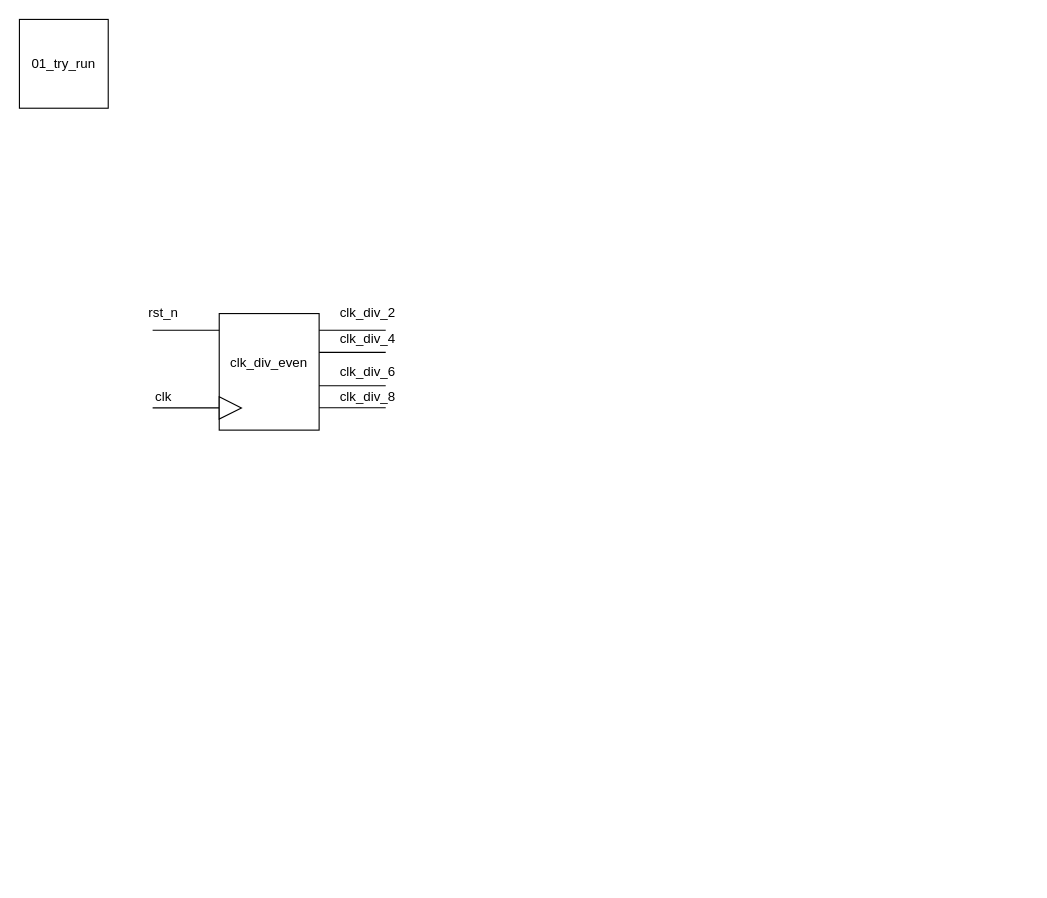
Above: abp.drawio in let1s77/Systemverilog-Fundamential (draw.io), before the change. Source tidied: cells renumbered, new cells numbered last; positions are measured from the earlier drawing's top-left corner, leaving out a move shared by most shapes. Both pictures are drawn from the tidied source at 111%, with x=0, y=0 at pixel (19, 19).
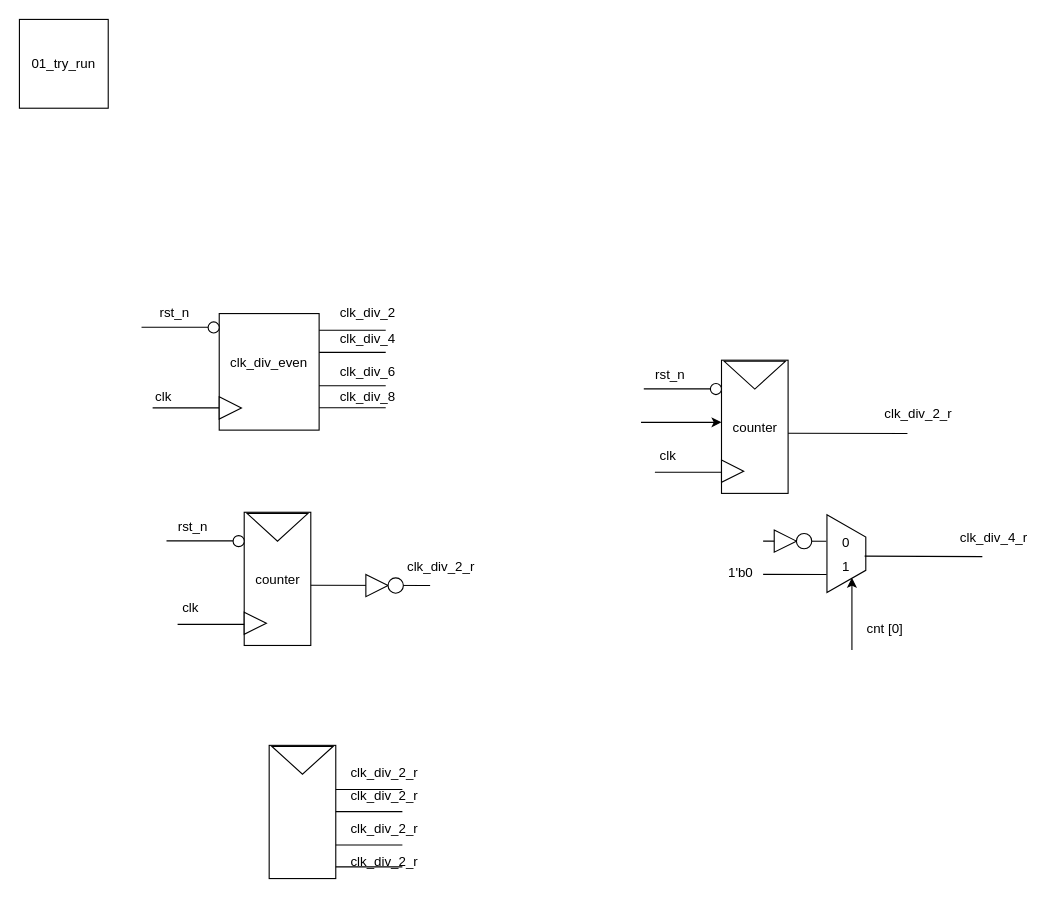
After the change.

What changed in the source:
```diff
@@
     <mxCell id="5" style="endArrow=none;html=1;rounded=0;" parent="1" edge="1">
       <mxGeometry relative="1" as="geometry">
-        <mxPoint x="120" y="280" as="sourcePoint" />
-        <mxPoint x="180" y="280" as="targetPoint" />
+        <mxPoint x="110" y="277.3" as="sourcePoint" />
+        <mxPoint x="170" y="277.3" as="targetPoint" />
       </mxGeometry>
     </mxCell>
@@
     <mxCell id="9" value="rst_n" style="text;html=1;whiteSpace=wrap;strokeColor=none;fillColor=none;align=center;verticalAlign=middle;rounded=0;" parent="1" vertex="1">
-      <mxGeometry x="100" y="250" width="60" height="30" as="geometry" />
+      <mxGeometry x="110" y="250" width="60" height="30" as="geometry" />
     </mxCell>
@@
+    <mxCell id="19" style="rounded=0;whiteSpace=wrap;html=1;rotation=-90;" parent="1" vertex="1">
+      <mxGeometry x="172.5" y="474" width="120" height="60" as="geometry" />
+    </mxCell>
+    <mxCell id="20" style="ellipse;whiteSpace=wrap;html=1;" parent="1" vertex="1">
+      <mxGeometry x="170" y="272.5" width="10" height="10" as="geometry" />
+    </mxCell>
+    <mxCell id="21" style="triangle;whiteSpace=wrap;html=1;rotation=90;" parent="1" vertex="1">
+      <mxGeometry x="220" y="430" width="25" height="55" as="geometry" />
+    </mxCell>
+    <mxCell id="22" style="rounded=0;whiteSpace=wrap;html=1;rotation=-90;" parent="1" vertex="1">
+      <mxGeometry x="195" y="684" width="120" height="60" as="geometry" />
+    </mxCell>
+    <mxCell id="23" style="triangle;whiteSpace=wrap;html=1;rotation=90;" parent="1" vertex="1">
+      <mxGeometry x="242.5" y="640" width="25" height="55" as="geometry" />
+    </mxCell>
+    <mxCell id="24" style="endArrow=none;html=1;rounded=0;" parent="1" edge="1">
+      <mxGeometry relative="1" as="geometry">
+        <mxPoint x="285" y="693.7" as="sourcePoint" />
+        <mxPoint x="345" y="693.7" as="targetPoint" />
+      </mxGeometry>
+    </mxCell>
+    <mxCell id="25" style="endArrow=none;html=1;rounded=0;" parent="1" edge="1">
+      <mxGeometry relative="1" as="geometry">
+        <mxPoint x="285" y="713.7" as="sourcePoint" />
+        <mxPoint x="345" y="713.7" as="targetPoint" />
+      </mxGeometry>
+    </mxCell>
+    <mxCell id="26" style="endArrow=none;html=1;rounded=0;" parent="1" edge="1">
+      <mxGeometry relative="1" as="geometry">
+        <mxPoint x="285" y="743.7" as="sourcePoint" />
+        <mxPoint x="345" y="743.7" as="targetPoint" />
+      </mxGeometry>
+    </mxCell>
+    <mxCell id="27" style="endArrow=none;html=1;rounded=0;" parent="1" edge="1">
+      <mxGeometry relative="1" as="geometry">
+        <mxPoint x="285" y="763.5" as="sourcePoint" />
+        <mxPoint x="345" y="763.5" as="targetPoint" />
+      </mxGeometry>
+    </mxCell>
+    <mxCell id="28" value="clk_div_2_r" style="text;html=1;whiteSpace=wrap;strokeColor=none;fillColor=none;align=center;verticalAlign=middle;rounded=0;" parent="1" vertex="1">
+      <mxGeometry x="299" y="663.7" width="60" height="30" as="geometry" />
+    </mxCell>
+    <mxCell id="29" value="clk_div_2_r" style="text;html=1;whiteSpace=wrap;strokeColor=none;fillColor=none;align=center;verticalAlign=middle;rounded=0;" parent="1" vertex="1">
+      <mxGeometry x="299" y="685" width="60" height="30" as="geometry" />
+    </mxCell>
+    <mxCell id="30" value="clk_div_2_r" style="text;html=1;whiteSpace=wrap;strokeColor=none;fillColor=none;align=center;verticalAlign=middle;rounded=0;" parent="1" vertex="1">
+      <mxGeometry x="299" y="714" width="60" height="30" as="geometry" />
+    </mxCell>
+    <mxCell id="31" value="clk_div_2_r" style="text;html=1;whiteSpace=wrap;strokeColor=none;fillColor=none;align=center;verticalAlign=middle;rounded=0;" parent="1" vertex="1">
+      <mxGeometry x="299" y="744" width="60" height="30" as="geometry" />
+    </mxCell>
+    <mxCell id="32" value="counter" style="text;html=1;whiteSpace=wrap;strokeColor=none;fillColor=none;align=center;verticalAlign=middle;rounded=0;" parent="1" vertex="1">
+      <mxGeometry x="202.5" y="490" width="60" height="30" as="geometry" />
+    </mxCell>
+    <mxCell id="33" style="triangle;whiteSpace=wrap;html=1;" parent="1" vertex="1">
+      <mxGeometry x="202.5" y="534" width="20" height="20" as="geometry" />
+    </mxCell>
+    <mxCell id="34" style="endArrow=none;html=1;rounded=0;" parent="1" edge="1">
+      <mxGeometry relative="1" as="geometry">
+        <mxPoint x="132.5" y="469.8" as="sourcePoint" />
+        <mxPoint x="192.5" y="469.8" as="targetPoint" />
+      </mxGeometry>
+    </mxCell>
+    <mxCell id="35" value="rst_n" style="text;html=1;whiteSpace=wrap;strokeColor=none;fillColor=none;align=center;verticalAlign=middle;rounded=0;" parent="1" vertex="1">
+      <mxGeometry x="140" y="451.2" width="32.5" height="12.5" as="geometry" />
+    </mxCell>
+    <mxCell id="36" style="ellipse;whiteSpace=wrap;html=1;" parent="1" vertex="1">
+      <mxGeometry x="192.5" y="465" width="10" height="10" as="geometry" />
+    </mxCell>
+    <mxCell id="37" style="endArrow=none;html=1;rounded=0;" parent="1" edge="1">
+      <mxGeometry relative="1" as="geometry">
+        <mxPoint x="142.5" y="545" as="sourcePoint" />
+        <mxPoint x="202.5" y="545" as="targetPoint" />
+      </mxGeometry>
+    </mxCell>
+    <mxCell id="38" value="clk" style="text;html=1;whiteSpace=wrap;strokeColor=none;fillColor=none;align=center;verticalAlign=middle;rounded=0;" parent="1" vertex="1">
+      <mxGeometry x="137.5" y="520" width="32.5" height="20" as="geometry" />
+    </mxCell>
+    <mxCell id="39" value="clk_div_2_r" style="text;html=1;whiteSpace=wrap;strokeColor=none;fillColor=none;align=center;verticalAlign=middle;rounded=0;" parent="1" vertex="1">
+      <mxGeometry x="350" y="475" width="60" height="35" as="geometry" />
+    </mxCell>
+    <mxCell id="40" style="endArrow=none;html=1;rounded=0;" parent="1" edge="1">
+      <mxGeometry relative="1" as="geometry">
+        <mxPoint x="262.5" y="509.8" as="sourcePoint" />
+        <mxPoint x="370" y="510" as="targetPoint" />
+      </mxGeometry>
+    </mxCell>
+    <mxCell id="41" style="rounded=0;whiteSpace=wrap;html=1;rotation=-90;" parent="1" vertex="1">
+      <mxGeometry x="602.5" y="337" width="120" height="60" as="geometry" />
+    </mxCell>
+    <mxCell id="42" style="triangle;whiteSpace=wrap;html=1;rotation=90;" parent="1" vertex="1">
+      <mxGeometry x="650" y="293" width="25" height="55" as="geometry" />
+    </mxCell>
+    <mxCell id="43" value="counter" style="text;html=1;whiteSpace=wrap;strokeColor=none;fillColor=none;align=center;verticalAlign=middle;rounded=0;" parent="1" vertex="1">
+      <mxGeometry x="632.5" y="353" width="60" height="30" as="geometry" />
+    </mxCell>
+    <mxCell id="44" style="triangle;whiteSpace=wrap;html=1;" parent="1" vertex="1">
+      <mxGeometry x="632.5" y="397" width="20" height="20" as="geometry" />
+    </mxCell>
+    <mxCell id="45" style="endArrow=none;html=1;rounded=0;" parent="1" edge="1">
+      <mxGeometry relative="1" as="geometry">
+        <mxPoint x="562.5" y="332.8" as="sourcePoint" />
+        <mxPoint x="622.5" y="332.8" as="targetPoint" />
+      </mxGeometry>
+    </mxCell>
+    <mxCell id="46" value="rst_n" style="text;html=1;whiteSpace=wrap;strokeColor=none;fillColor=none;align=center;verticalAlign=middle;rounded=0;" parent="1" vertex="1">
+      <mxGeometry x="570" y="314.2" width="32.5" height="12.5" as="geometry" />
+    </mxCell>
+    <mxCell id="47" style="ellipse;whiteSpace=wrap;html=1;" parent="1" vertex="1">
+      <mxGeometry x="622.5" y="328" width="10" height="10" as="geometry" />
+    </mxCell>
+    <mxCell id="48" style="endArrow=none;html=1;rounded=0;" parent="1" edge="1">
+      <mxGeometry relative="1" as="geometry">
+        <mxPoint x="572.5" y="408" as="sourcePoint" />
+        <mxPoint x="632.5" y="408" as="targetPoint" />
+      </mxGeometry>
+    </mxCell>
+    <mxCell id="49" value="clk" style="text;html=1;whiteSpace=wrap;strokeColor=none;fillColor=none;align=center;verticalAlign=middle;rounded=0;" parent="1" vertex="1">
+      <mxGeometry x="567.5" y="383" width="32.5" height="20" as="geometry" />
+    </mxCell>
+    <mxCell id="50" value="clk_div_2_r" style="text;html=1;whiteSpace=wrap;strokeColor=none;fillColor=none;align=center;verticalAlign=middle;rounded=0;" parent="1" vertex="1">
+      <mxGeometry x="780" y="338" width="60" height="35" as="geometry" />
+    </mxCell>
+    <mxCell id="51" style="endArrow=none;html=1;rounded=0;" parent="1" edge="1">
+      <mxGeometry relative="1" as="geometry">
+        <mxPoint x="692.5" y="372.8" as="sourcePoint" />
+        <mxPoint x="800" y="373" as="targetPoint" />
+      </mxGeometry>
+    </mxCell>
+    <mxCell id="52" style="endArrow=classic;html=1;rounded=0;" parent="1" edge="1">
+      <mxGeometry relative="1" as="geometry">
+        <mxPoint x="560" y="363" as="sourcePoint" />
+        <mxPoint x="632.5" y="363" as="targetPoint" />
+      </mxGeometry>
+    </mxCell>
+    <mxCell id="53" style="triangle;whiteSpace=wrap;html=1;" parent="1" vertex="1">
+      <mxGeometry x="312.1" y="500" width="20" height="20" as="geometry" />
+    </mxCell>
+    <mxCell id="54" style="ellipse;whiteSpace=wrap;html=1;" parent="1" vertex="1">
+      <mxGeometry x="332.1" y="503.1" width="13.8" height="13.8" as="geometry" />
+    </mxCell>
+    <mxCell id="55" style="shape=trapezoid;perimeter=trapezoidPerimeter;whiteSpace=wrap;html=1;fixedSize=1;rotation=90;" parent="1" vertex="1">
+      <mxGeometry x="710" y="463.8" width="70" height="35" as="geometry" />
+    </mxCell>
+    <mxCell id="56" style="endArrow=classic;html=1;rounded=0;" parent="1" edge="1">
+      <mxGeometry relative="1" as="geometry">
+        <mxPoint x="750" y="568.1" as="sourcePoint" />
+        <mxPoint x="750" y="503.1" as="targetPoint" />
+      </mxGeometry>
+    </mxCell>
+    <mxCell id="57" value="cnt [0]" style="text;html=1;whiteSpace=wrap;strokeColor=none;fillColor=none;align=center;verticalAlign=middle;rounded=0;" parent="1" vertex="1">
+      <mxGeometry x="750" y="534" width="60" height="30" as="geometry" />
+    </mxCell>
+    <mxCell id="58" value="0" style="text;html=1;whiteSpace=wrap;strokeColor=none;fillColor=none;align=center;verticalAlign=middle;rounded=0;" parent="1" vertex="1">
+      <mxGeometry x="735" y="469" width="20" height="5" as="geometry" />
+    </mxCell>
+    <mxCell id="59" value="1" style="text;html=1;whiteSpace=wrap;strokeColor=none;fillColor=none;align=center;verticalAlign=middle;rounded=0;" parent="1" vertex="1">
+      <mxGeometry x="735" y="490" width="20" height="5" as="geometry" />
+    </mxCell>
+    <mxCell id="60" style="endArrow=none;html=1;rounded=0;entryX=0.34;entryY=1.017;entryDx=0;entryDy=0;entryPerimeter=0;" parent="1" edge="1" target="55">
+      <mxGeometry relative="1" as="geometry">
+        <mxPoint x="670" y="470" as="sourcePoint" />
+      </mxGeometry>
+    </mxCell>
+    <mxCell id="61" style="endArrow=none;html=1;rounded=0;entryX=0.769;entryY=1.009;entryDx=0;entryDy=0;entryPerimeter=0;" parent="1" edge="1" target="55">
+      <mxGeometry relative="1" as="geometry">
+        <mxPoint x="670" y="500" as="sourcePoint" />
+      </mxGeometry>
+    </mxCell>
+    <mxCell id="62" value="clk_div_4_r" style="text;html=1;whiteSpace=wrap;strokeColor=none;fillColor=none;align=center;verticalAlign=middle;rounded=0;" parent="1" vertex="1">
+      <mxGeometry x="847.5" y="449" width="60" height="35" as="geometry" />
+    </mxCell>
+    <mxCell id="63" style="endArrow=none;html=1;rounded=0;exitX=0.531;exitY=0.03;exitDx=0;exitDy=0;exitPerimeter=0;" parent="1" edge="1" source="55">
+      <mxGeometry relative="1" as="geometry">
+        <mxPoint x="867.5" y="484" as="targetPoint" />
+      </mxGeometry>
+    </mxCell>
+    <mxCell id="64" style="triangle;whiteSpace=wrap;html=1;" parent="1" vertex="1">
+      <mxGeometry x="680" y="460" width="20" height="20" as="geometry" />
+    </mxCell>
+    <mxCell id="65" style="ellipse;whiteSpace=wrap;html=1;" parent="1" vertex="1">
+      <mxGeometry x="700" y="463.1" width="13.8" height="13.8" as="geometry" />
+    </mxCell>
+    <mxCell id="66" value="1'b0" style="text;html=1;whiteSpace=wrap;strokeColor=none;fillColor=none;align=center;verticalAlign=middle;rounded=0;" parent="1" vertex="1">
+      <mxGeometry x="620" y="484" width="60" height="30" as="geometry" />
+    </mxCell>
```
